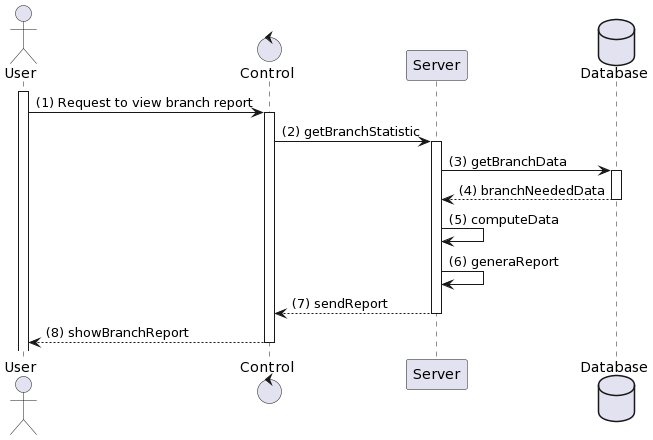
H1eu69/SE357-Pratice-class keeps this PlantUML diagram as Lab 1/Lab 1.2/sequence_diagram/export_branch_report/export_branch_report.png. Above is the earlier version.
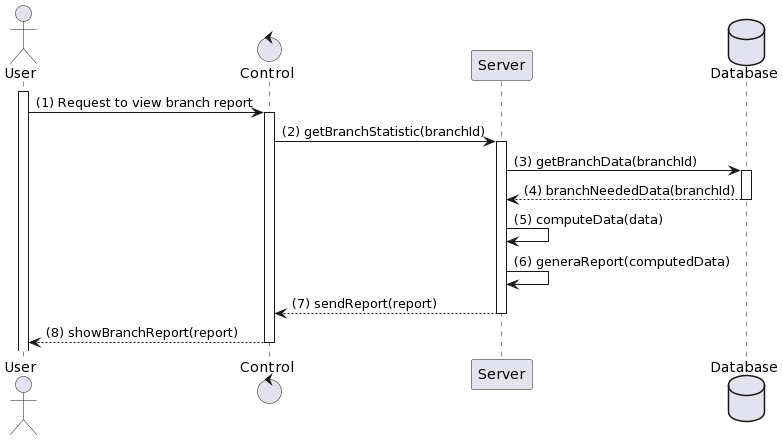
After the commit.

Change to the diagram source:
```diff
@@ -7,16 +7,16 @@
 activate User
 User -> C: (1) Request to view branch report
 activate C
-C -> S: (2) getBranchStatistic
+C -> S: (2) getBranchStatistic(branchId)
 activate S
-S -> Database: (3) getBranchData
+S -> Database: (3) getBranchData(branchId)
 activate Database
-Database --> S: (4) branchNeededData
+Database --> S: (4) branchNeededData(branchId)
 deactivate Database
-S -> S: (5) computeData
-S -> S: (6) generaReport
-S --> C: (7) sendReport
+S -> S: (5) computeData(data)
+S -> S: (6) generaReport(computedData)
+S --> C: (7) sendReport(report)
 deactivate S
-C --> User: (8) showBranchReport
+C --> User: (8) showBranchReport(report)
 deactivate C
 @enduml
```
